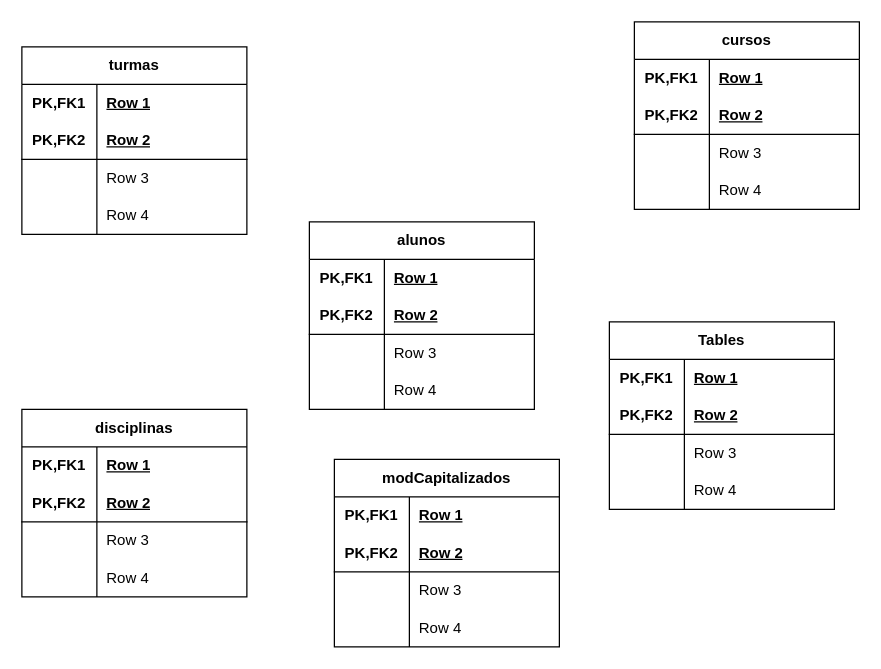
Earlier version of the draw.io diagram gmr_modER.drawio (DaviClementee/Gest_mod_reali_Davi_Mario_Karamjit_Gerry). Source tidied: cells renumbered, new cells numbered last; positions are measured from the earlier drawing's top-left corner, leaving out a move shared by most shapes. Both pictures are drawn from the tidied source at 125%, with x=0, y=0 at pixel (21, 21).
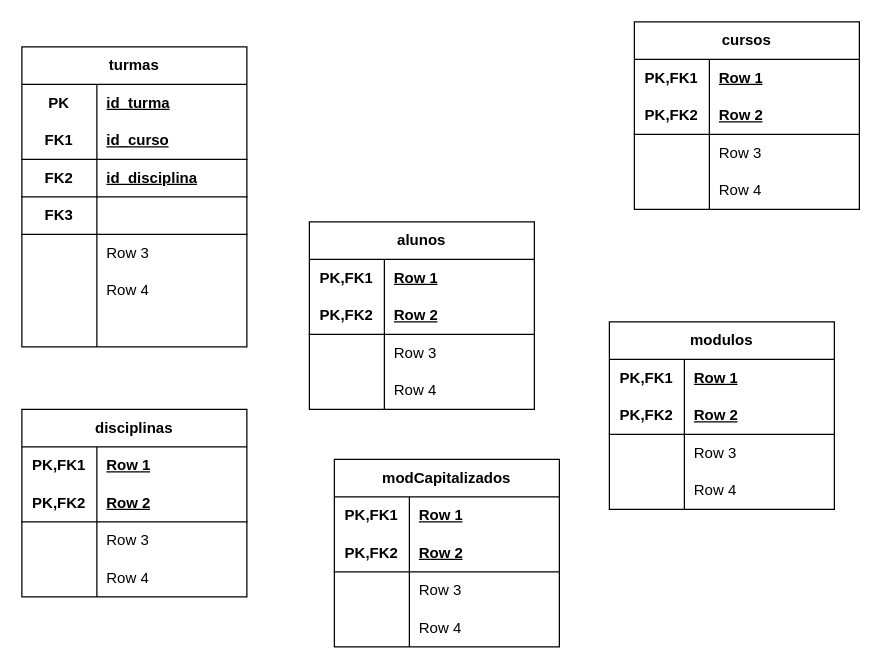
The same diagram, later.

Commit message:
Criar mod ER.

Unchanged cells that the change refers to:
```xml
<mxCell id="3" style="shape=tableRow;horizontal=0;startSize=0;swimlaneHead=0;swimlaneBody=0;fillColor=none;top=0;left=0;right=0;bottom=0;html=1;" parent="2" vertex="1">
  <mxGeometry y="30" width="180" height="30" as="geometry" />
</mxCell>
<mxCell id="6" style="shape=tableRow;horizontal=0;startSize=0;swimlaneHead=0;swimlaneBody=0;fillColor=none;top=0;left=0;right=0;bottom=1;html=1;" parent="2" vertex="1">
  <mxGeometry y="60" width="180" height="30" as="geometry" />
</mxCell>
```

The edit, as a diff of the source:
```diff
@@
     <mxCell id="2" value="turmas" style="shape=table;startSize=30;childLayout=tableLayout;rowLines=0;fontStyle=1;align=center;html=1;whiteSpace=wrap;" parent="1" vertex="1">
-      <mxGeometry y="20" width="180" height="150" as="geometry" />
+      <mxGeometry y="20" width="180" height="240" as="geometry" />
     </mxCell>
@@
-    <mxCell id="4" value="PK,FK1" style="shape=partialRectangle;fillColor=none;top=0;left=0;bottom=0;right=0;fontStyle=1;overflow=hidden;html=1;whiteSpace=wrap;" parent="3" vertex="1">
+    <mxCell id="4" value="PK" style="shape=partialRectangle;fillColor=none;top=0;left=0;bottom=0;right=0;fontStyle=1;overflow=hidden;html=1;whiteSpace=wrap;" parent="3" vertex="1">
       <mxGeometry width="60" height="30" as="geometry" />
     </mxCell>
-    <mxCell id="5" value="Row 1" style="shape=partialRectangle;fillColor=none;top=0;left=0;bottom=0;right=0;align=left;spacingLeft=6;fontStyle=5;overflow=hidden;html=1;whiteSpace=wrap;" parent="3" vertex="1">
+    <mxCell id="5" value="id_turma" style="shape=partialRectangle;fillColor=none;top=0;left=0;bottom=0;right=0;align=left;spacingLeft=6;fontStyle=5;overflow=hidden;html=1;whiteSpace=wrap;" parent="3" vertex="1">
       <mxGeometry x="60" width="120" height="30" as="geometry" />
     </mxCell>
@@
-    <mxCell id="7" value="PK,FK2" style="shape=partialRectangle;fillColor=none;top=0;left=0;bottom=0;right=0;fontStyle=1;overflow=hidden;html=1;whiteSpace=wrap;" parent="6" vertex="1">
-      <mxGeometry width="60" height="30" as="geometry" />
-    </mxCell>
-    <mxCell id="8" value="Row 2" style="shape=partialRectangle;fillColor=none;top=0;left=0;bottom=0;right=0;align=left;spacingLeft=6;fontStyle=5;overflow=hidden;html=1;whiteSpace=wrap;" parent="6" vertex="1">
-      <mxGeometry x="60" width="120" height="30" as="geometry" />
-    </mxCell>
+    <mxCell id="80" value="FK1" style="shape=partialRectangle;fillColor=none;top=0;left=0;bottom=0;right=0;fontStyle=1;overflow=hidden;html=1;whiteSpace=wrap;" parent="6" vertex="1">
+      <mxGeometry width="60" height="30" as="geometry" />
+    </mxCell>
+    <mxCell id="81" value="id_curso" style="shape=partialRectangle;fillColor=none;top=0;left=0;bottom=0;right=0;align=left;spacingLeft=6;fontStyle=5;overflow=hidden;html=1;whiteSpace=wrap;" parent="6" vertex="1">
+      <mxGeometry x="60" width="120" height="30" as="geometry" />
+    </mxCell>
+    <mxCell id="82" style="shape=tableRow;horizontal=0;startSize=0;swimlaneHead=0;swimlaneBody=0;fillColor=none;top=0;left=0;right=0;bottom=1;html=1;" parent="2" vertex="1">
+      <mxGeometry y="90" width="180" height="30" as="geometry" />
+    </mxCell>
+    <mxCell id="83" value="FK2" style="shape=partialRectangle;fillColor=none;top=0;left=0;bottom=0;right=0;fontStyle=1;overflow=hidden;html=1;whiteSpace=wrap;" parent="82" vertex="1">
+      <mxGeometry width="60" height="30" as="geometry" />
+    </mxCell>
+    <mxCell id="84" value="id_disciplina" style="shape=partialRectangle;fillColor=none;top=0;left=0;bottom=0;right=0;align=left;spacingLeft=6;fontStyle=5;overflow=hidden;html=1;whiteSpace=wrap;" parent="82" vertex="1">
+      <mxGeometry x="60" width="120" height="30" as="geometry" />
+    </mxCell>
+    <mxCell id="85" style="shape=tableRow;horizontal=0;startSize=0;swimlaneHead=0;swimlaneBody=0;fillColor=none;top=0;left=0;right=0;bottom=1;html=1;" parent="2" vertex="1">
+      <mxGeometry y="120" width="180" height="30" as="geometry" />
+    </mxCell>
+    <mxCell id="86" value="FK3" style="shape=partialRectangle;fillColor=none;top=0;left=0;bottom=0;right=0;fontStyle=1;overflow=hidden;html=1;whiteSpace=wrap;" parent="85" vertex="1">
+      <mxGeometry width="60" height="30" as="geometry" />
+    </mxCell>
+    <mxCell id="87" style="shape=partialRectangle;fillColor=none;top=0;left=0;bottom=0;right=0;align=left;spacingLeft=6;fontStyle=5;overflow=hidden;html=1;whiteSpace=wrap;" parent="85" vertex="1">
+      <mxGeometry x="60" width="120" height="30" as="geometry" />
+    </mxCell>
     <mxCell id="9" style="shape=tableRow;horizontal=0;startSize=0;swimlaneHead=0;swimlaneBody=0;fillColor=none;top=0;left=0;right=0;bottom=0;html=1;" parent="2" vertex="1">
-      <mxGeometry y="90" width="180" height="30" as="geometry" />
+      <mxGeometry y="150" width="180" height="30" as="geometry" />
     </mxCell>
@@
     <mxCell id="12" style="shape=tableRow;horizontal=0;startSize=0;swimlaneHead=0;swimlaneBody=0;fillColor=none;top=0;left=0;right=0;bottom=0;html=1;" parent="2" vertex="1">
-      <mxGeometry y="120" width="180" height="30" as="geometry" />
+      <mxGeometry y="180" width="180" height="30" as="geometry" />
     </mxCell>
@@
+    <mxCell id="88" style="shape=tableRow;horizontal=0;startSize=0;swimlaneHead=0;swimlaneBody=0;fillColor=none;top=0;left=0;right=0;bottom=0;html=1;" parent="2" vertex="1">
+      <mxGeometry y="210" width="180" height="30" as="geometry" />
+    </mxCell>
+    <mxCell id="89" style="shape=partialRectangle;fillColor=none;top=0;left=0;bottom=0;right=0;overflow=hidden;html=1;whiteSpace=wrap;" parent="88" vertex="1">
+      <mxGeometry width="60" height="30" as="geometry" />
+    </mxCell>
+    <mxCell id="90" style="shape=partialRectangle;fillColor=none;top=0;left=0;bottom=0;right=0;align=left;spacingLeft=6;overflow=hidden;html=1;whiteSpace=wrap;" parent="88" vertex="1">
+      <mxGeometry x="60" width="120" height="30" as="geometry" />
+    </mxCell>
@@
-    <mxCell id="54" value="Tables" style="shape=table;startSize=30;childLayout=tableLayout;rowLines=0;fontStyle=1;align=center;html=1;whiteSpace=wrap;" parent="1" vertex="1">
+    <mxCell id="54" value="modulos" style="shape=table;startSize=30;childLayout=tableLayout;rowLines=0;fontStyle=1;align=center;html=1;whiteSpace=wrap;" parent="1" vertex="1">
       <mxGeometry x="470" y="240" width="180" height="150" as="geometry" />
     </mxCell>
```
